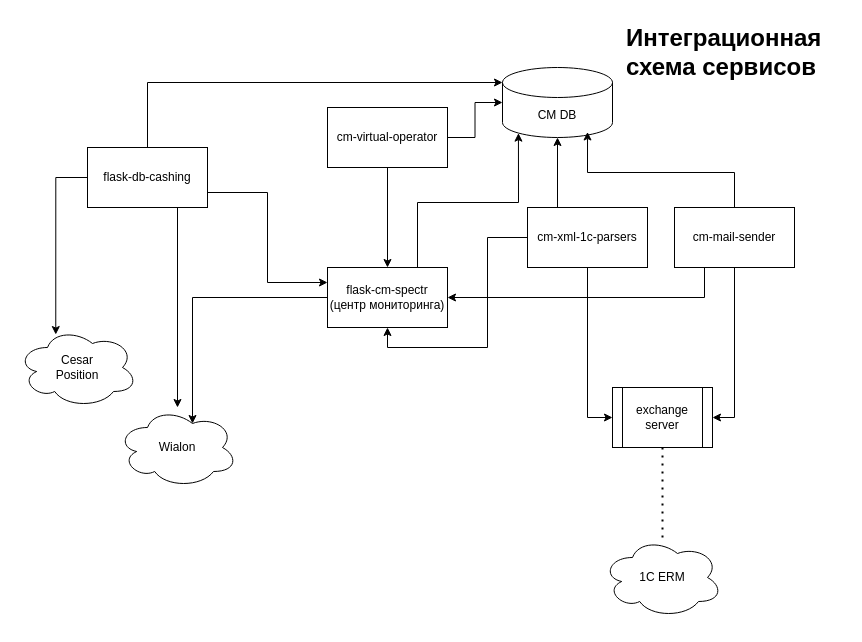
Before: CM.drawio in KiraPixel/flask-cm-spectr, a draw.io diagram. Source tidied: cells renumbered, new cells numbered last; positions are measured from the earlier drawing's top-left corner, leaving out a move shared by most shapes. Both pictures are drawn from the tidied source at 100%, with x=0, y=0 at pixel (17, 17).
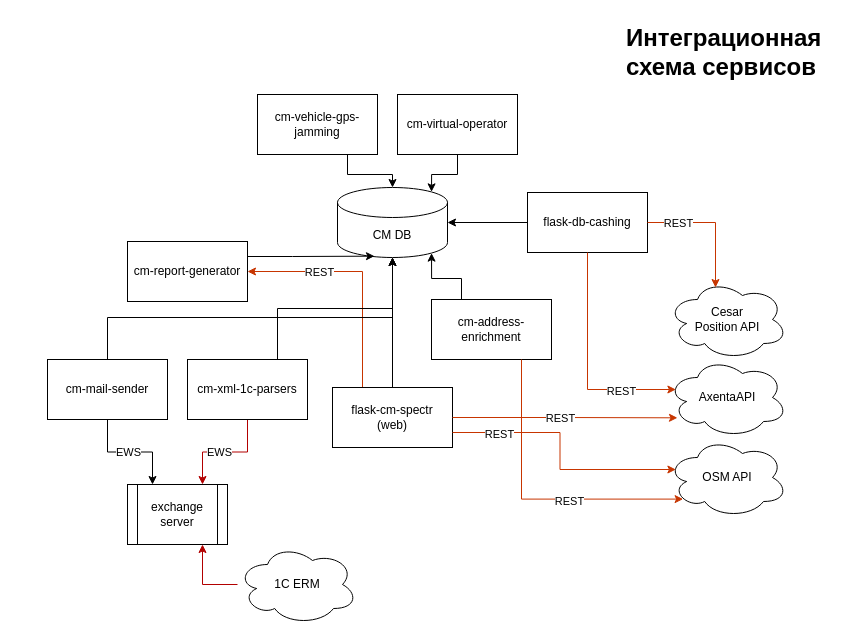
Above is the later version.

The edit, as a diff of the source:
```diff
@@
-    <mxCell id="2" value="flask-cm-spectr&lt;br&gt;(центр мониторинга)" style="rounded=0;whiteSpace=wrap;html=1;" parent="1" vertex="1">
-      <mxGeometry x="310" y="250" width="120" height="60" as="geometry" />
-    </mxCell>
     <mxCell id="3" value="CM DB" style="shape=cylinder3;whiteSpace=wrap;html=1;boundedLbl=1;backgroundOutline=1;size=15;" parent="1" vertex="1">
-      <mxGeometry x="485" y="50" width="110" height="70" as="geometry" />
+      <mxGeometry x="320" y="170" width="110" height="70" as="geometry" />
     </mxCell>
-    <mxCell id="4" style="edgeStyle=orthogonalEdgeStyle;rounded=0;jettySize=auto;html=1;exitX=0.5;exitY=1;exitDx=0;exitDy=0;" parent="1" edge="1" source="5" target="2">
-      <mxGeometry relative="1" as="geometry" />
-    </mxCell>
+    <mxCell id="19" value="&lt;h1 style=&quot;margin-top: 0px;&quot;&gt;Интеграционная схема сервисов&lt;/h1&gt;" style="text;html=1;whiteSpace=wrap;overflow=hidden;rounded=0;" parent="1" vertex="1">
+      <mxGeometry x="607" width="220" height="140" as="geometry" />
+    </mxCell>
+    <mxCell id="8" value="flask-db-cashing" style="rounded=0;whiteSpace=wrap;html=1;" parent="1" vertex="1">
+      <mxGeometry x="510" y="175" width="120" height="60" as="geometry" />
+    </mxCell>
+    <mxCell id="28" style="edgeStyle=orthogonalEdgeStyle;rounded=0;jettySize=auto;html=1;exitX=0.25;exitY=0;exitDx=0;exitDy=0;entryX=1;entryY=0.5;entryDx=0;entryDy=0;fillColor=#fa6800;strokeColor=#C73500;" parent="1" edge="1" source="30" target="50">
+      <mxGeometry relative="1" as="geometry" />
+    </mxCell>
+    <mxCell id="29" value="REST" style="edgeLabel;html=1;align=center;verticalAlign=middle;" parent="28" vertex="1">
+      <mxGeometry x="0.43" y="-2" relative="1" as="geometry">
+        <mxPoint x="5" y="2" as="offset" />
+      </mxGeometry>
+    </mxCell>
+    <mxCell id="30" value="flask-cm-spectr&lt;br&gt;(web)" style="rounded=0;whiteSpace=wrap;html=1;" parent="1" vertex="1">
+      <mxGeometry x="315" y="370" width="120" height="60" as="geometry" />
+    </mxCell>
     <mxCell id="5" value="cm-virtual-operator" style="rounded=0;whiteSpace=wrap;html=1;" parent="1" vertex="1">
-      <mxGeometry x="310" y="90" width="120" height="60" as="geometry" />
+      <mxGeometry x="380" y="77" width="120" height="60" as="geometry" />
     </mxCell>
-    <mxCell id="6" style="edgeStyle=orthogonalEdgeStyle;rounded=0;jettySize=auto;html=1;exitX=1;exitY=0.75;exitDx=0;exitDy=0;entryX=0;entryY=0.25;entryDx=0;entryDy=0;" parent="1" edge="1" source="8" target="2">
-      <mxGeometry relative="1" as="geometry" />
-    </mxCell>
-    <mxCell id="7" style="edgeStyle=orthogonalEdgeStyle;rounded=0;jettySize=auto;html=1;exitX=0.75;exitY=1;exitDx=0;exitDy=0;" parent="1" edge="1" source="8" target="13">
-      <mxGeometry relative="1" as="geometry" />
-    </mxCell>
-    <mxCell id="8" value="flask-db-cashing" style="rounded=0;whiteSpace=wrap;html=1;" parent="1" vertex="1">
-      <mxGeometry x="70" y="130" width="120" height="60" as="geometry" />
-    </mxCell>
-    <mxCell id="9" style="edgeStyle=orthogonalEdgeStyle;rounded=0;jettySize=auto;html=1;exitX=0;exitY=0.5;exitDx=0;exitDy=0;entryX=0.5;entryY=1;entryDx=0;entryDy=0;" parent="1" edge="1" source="12" target="2">
-      <mxGeometry relative="1" as="geometry" />
-    </mxCell>
+    <mxCell id="11" style="edgeStyle=orthogonalEdgeStyle;rounded=0;jettySize=auto;html=1;exitX=0.5;exitY=1;exitDx=0;exitDy=0;entryX=0.75;entryY=0;entryDx=0;entryDy=0;fillColor=#e51400;strokeColor=#B20000;" parent="1" edge="1" source="12" target="16">
+      <mxGeometry relative="1" as="geometry" />
+    </mxCell>
+    <mxCell id="31" value="EWS" style="edgeLabel;html=1;align=center;verticalAlign=middle;" parent="11" vertex="1">
+      <mxGeometry x="0.1" relative="1" as="geometry" />
+    </mxCell>
+    <mxCell id="12" value="cm-xml-1c-parsers" style="rounded=0;whiteSpace=wrap;html=1;" parent="1" vertex="1">
+      <mxGeometry x="170" y="342" width="120" height="60" as="geometry" />
+    </mxCell>
+    <mxCell id="23" style="edgeStyle=orthogonalEdgeStyle;rounded=0;jettySize=auto;html=1;exitX=0.5;exitY=1;exitDx=0;exitDy=0;entryX=0.25;entryY=0;entryDx=0;entryDy=0;" parent="1" edge="1" source="24" target="16">
+      <mxGeometry relative="1" as="geometry" />
+    </mxCell>
+    <mxCell id="32" value="EWS" style="edgeLabel;html=1;align=center;verticalAlign=middle;" parent="23" vertex="1">
+      <mxGeometry x="-0.13" relative="1" as="geometry">
+        <mxPoint x="5" as="offset" />
+      </mxGeometry>
+    </mxCell>
+    <mxCell id="24" value="cm-mail-sender" style="rounded=0;whiteSpace=wrap;html=1;" parent="1" vertex="1">
+      <mxGeometry x="30" y="342" width="120" height="60" as="geometry" />
+    </mxCell>
+    <mxCell id="33" value="cm-vehicle-gps-jamming" style="rounded=0;whiteSpace=wrap;html=1;" parent="1" vertex="1">
+      <mxGeometry x="240" y="77" width="120" height="60" as="geometry" />
+    </mxCell>
+    <mxCell id="34" value="cm-address-enrichment" style="rounded=0;whiteSpace=wrap;html=1;" parent="1" vertex="1">
+      <mxGeometry x="414" y="282" width="120" height="60" as="geometry" />
+    </mxCell>
+    <mxCell id="16" value="exchange server" style="shape=process;whiteSpace=wrap;html=1;backgroundOutline=1;" parent="1" vertex="1">
+      <mxGeometry x="110" y="467" width="100" height="60" as="geometry" />
+    </mxCell>
+    <mxCell id="27" style="edgeStyle=orthogonalEdgeStyle;rounded=0;jettySize=auto;html=1;entryX=0.75;entryY=1;entryDx=0;entryDy=0;fillColor=#e51400;strokeColor=#B20000;" parent="1" edge="1" source="15" target="16">
+      <mxGeometry relative="1" as="geometry" />
+    </mxCell>
+    <mxCell id="15" value="1C ERM" style="ellipse;shape=cloud;whiteSpace=wrap;html=1;" parent="1" vertex="1">
+      <mxGeometry x="220" y="527" width="120" height="80" as="geometry" />
+    </mxCell>
+    <mxCell id="35" value="AxentaAPI" style="ellipse;shape=cloud;whiteSpace=wrap;html=1;" parent="1" vertex="1">
+      <mxGeometry x="650" y="340" width="120" height="80" as="geometry" />
+    </mxCell>
+    <mxCell id="36" value="Cesar &lt;br&gt;Position API" style="ellipse;shape=cloud;whiteSpace=wrap;html=1;" parent="1" vertex="1">
+      <mxGeometry x="650" y="262" width="120" height="80" as="geometry" />
+    </mxCell>
+    <mxCell id="37" value="OSM API" style="ellipse;shape=cloud;whiteSpace=wrap;html=1;" parent="1" vertex="1">
+      <mxGeometry x="650" y="420" width="120" height="80" as="geometry" />
+    </mxCell>
+    <mxCell id="38" style="edgeStyle=orthogonalEdgeStyle;rounded=0;jettySize=auto;html=1;entryX=0.5;entryY=1;entryDx=0;entryDy=0;entryPerimeter=0;" parent="1" edge="1" source="30" target="3">
+      <mxGeometry relative="1" as="geometry" />
+    </mxCell>
+    <mxCell id="39" style="edgeStyle=orthogonalEdgeStyle;rounded=0;jettySize=auto;html=1;exitX=1;exitY=0.5;exitDx=0;exitDy=0;entryX=0.4;entryY=0.1;entryDx=0;entryDy=0;entryPerimeter=0;fillColor=#fa6800;strokeColor=#C73500;" parent="1" edge="1" source="8" target="36">
+      <mxGeometry relative="1" as="geometry" />
+    </mxCell>
+    <mxCell id="40" value="REST" style="edgeLabel;html=1;align=center;verticalAlign=middle;" parent="39" vertex="1">
+      <mxGeometry x="-0.59" y="2" relative="1" as="geometry">
+        <mxPoint x="3" y="2" as="offset" />
+      </mxGeometry>
+    </mxCell>
+    <mxCell id="41" style="edgeStyle=orthogonalEdgeStyle;rounded=0;jettySize=auto;html=1;exitX=0.5;exitY=1;exitDx=0;exitDy=0;entryX=0.07;entryY=0.4;entryDx=0;entryDy=0;entryPerimeter=0;fillColor=#fa6800;strokeColor=#C73500;" parent="1" edge="1" source="8" target="35">
+      <mxGeometry relative="1" as="geometry">
+        <Array as="points">
+          <mxPoint x="570" y="372" />
+        </Array>
+      </mxGeometry>
+    </mxCell>
+    <mxCell id="42" value="REST" style="edgeLabel;html=1;align=center;verticalAlign=middle;" parent="41" vertex="1">
+      <mxGeometry x="0.46" y="-2" relative="1" as="geometry">
+        <mxPoint x="5" y="-1" as="offset" />
+      </mxGeometry>
+    </mxCell>
+    <mxCell id="43" style="edgeStyle=orthogonalEdgeStyle;rounded=0;jettySize=auto;html=1;exitX=1;exitY=0.5;exitDx=0;exitDy=0;entryX=0.083;entryY=0.754;entryDx=0;entryDy=0;entryPerimeter=0;fillColor=#fa6800;strokeColor=#C73500;" parent="1" edge="1" source="30" target="35">
+      <mxGeometry relative="1" as="geometry" />
+    </mxCell>
+    <mxCell id="44" value="REST" style="edgeLabel;html=1;align=center;verticalAlign=middle;" parent="43" vertex="1">
+      <mxGeometry x="-0.05" relative="1" as="geometry" />
+    </mxCell>
+    <mxCell id="45" style="edgeStyle=orthogonalEdgeStyle;rounded=0;jettySize=auto;html=1;exitX=1;exitY=0.75;exitDx=0;exitDy=0;entryX=0.07;entryY=0.4;entryDx=0;entryDy=0;entryPerimeter=0;fillColor=#fa6800;strokeColor=#C73500;" parent="1" edge="1" source="30" target="37">
+      <mxGeometry relative="1" as="geometry" />
+    </mxCell>
+    <mxCell id="46" value="REST" style="edgeLabel;html=1;align=center;verticalAlign=middle;" parent="45" vertex="1">
+      <mxGeometry x="-0.65" y="-1" relative="1" as="geometry" />
+    </mxCell>
+    <mxCell id="20" style="edgeStyle=orthogonalEdgeStyle;rounded=0;jettySize=auto;html=1;exitX=0;exitY=0.5;exitDx=0;exitDy=0;entryX=1;entryY=0.5;entryDx=0;entryDy=0;entryPerimeter=0;" parent="1" edge="1" source="8" target="3">
+      <mxGeometry relative="1" as="geometry" />
+    </mxCell>
+    <mxCell id="47" style="edgeStyle=orthogonalEdgeStyle;rounded=0;jettySize=auto;html=1;exitX=0.75;exitY=1;exitDx=0;exitDy=0;entryX=0.13;entryY=0.77;entryDx=0;entryDy=0;entryPerimeter=0;fillColor=#fa6800;strokeColor=#C73500;" parent="1" edge="1" source="34" target="37">
+      <mxGeometry relative="1" as="geometry">
+        <Array as="points">
+          <mxPoint x="504" y="482" />
+        </Array>
+      </mxGeometry>
+    </mxCell>
+    <mxCell id="48" value="REST" style="edgeLabel;html=1;align=center;verticalAlign=middle;" parent="47" vertex="1">
+      <mxGeometry x="0.24" y="-2" relative="1" as="geometry" />
+    </mxCell>
+    <mxCell id="49" style="edgeStyle=orthogonalEdgeStyle;rounded=0;jettySize=auto;html=1;exitX=0.25;exitY=0;exitDx=0;exitDy=0;entryX=0.855;entryY=1;entryDx=0;entryDy=-4.35;entryPerimeter=0;" parent="1" edge="1" source="34" target="3">
+      <mxGeometry relative="1" as="geometry" />
+    </mxCell>
+    <mxCell id="50" value="cm-report-generator" style="rounded=0;whiteSpace=wrap;html=1;" parent="1" vertex="1">
+      <mxGeometry x="110" y="224" width="120" height="60" as="geometry" />
+    </mxCell>
+    <mxCell id="51" style="edgeStyle=orthogonalEdgeStyle;rounded=0;jettySize=auto;html=1;exitX=1;exitY=0.25;exitDx=0;exitDy=0;entryX=0.336;entryY=0.981;entryDx=0;entryDy=0;entryPerimeter=0;" parent="1" edge="1" source="50" target="3">
+      <mxGeometry relative="1" as="geometry" />
+    </mxCell>
+    <mxCell id="21" style="edgeStyle=orthogonalEdgeStyle;rounded=0;jettySize=auto;html=1;exitX=0.5;exitY=1;exitDx=0;exitDy=0;entryX=0.855;entryY=0;entryDx=0;entryDy=4.35;entryPerimeter=0;" parent="1" edge="1" source="5" target="3">
+      <mxGeometry relative="1" as="geometry" />
+    </mxCell>
+    <mxCell id="52" style="edgeStyle=orthogonalEdgeStyle;rounded=0;jettySize=auto;html=1;exitX=0.75;exitY=1;exitDx=0;exitDy=0;entryX=0.5;entryY=0;entryDx=0;entryDy=0;entryPerimeter=0;" parent="1" edge="1" source="33" target="3">
+      <mxGeometry relative="1" as="geometry" />
+    </mxCell>
-    <mxCell id="10" style="edgeStyle=orthogonalEdgeStyle;rounded=0;jettySize=auto;html=1;exitX=0.25;exitY=0;exitDx=0;exitDy=0;" parent="1" edge="1" source="12" target="3">
-      <mxGeometry relative="1" as="geometry" />
+    <mxCell id="10" style="edgeStyle=orthogonalEdgeStyle;rounded=0;jettySize=auto;html=1;exitX=0.75;exitY=0;exitDx=0;exitDy=0;entryX=0.5;entryY=1;entryDx=0;entryDy=0;entryPerimeter=0;" parent="1" edge="1" source="12" target="3">
+      <mxGeometry relative="1" as="geometry">
+        <Array as="points">
+          <mxPoint x="260" y="291" />
+          <mxPoint x="375" y="291" />
+        </Array>
+      </mxGeometry>
     </mxCell>
-    <mxCell id="11" style="edgeStyle=orthogonalEdgeStyle;rounded=0;jettySize=auto;html=1;exitX=0.5;exitY=1;exitDx=0;exitDy=0;entryX=0;entryY=0.5;entryDx=0;entryDy=0;" parent="1" edge="1" source="12" target="16">
-      <mxGeometry relative="1" as="geometry" />
-    </mxCell>
-    <mxCell id="12" value="cm-xml-1c-parsers" style="rounded=0;whiteSpace=wrap;html=1;" parent="1" vertex="1">
-      <mxGeometry x="510" y="190" width="120" height="60" as="geometry" />
-    </mxCell>
-    <mxCell id="13" value="Wialon" style="ellipse;shape=cloud;whiteSpace=wrap;html=1;" parent="1" vertex="1">
-      <mxGeometry x="100" y="390" width="120" height="80" as="geometry" />
-    </mxCell>
-    <mxCell id="14" value="Cesar &lt;br&gt;Position" style="ellipse;shape=cloud;whiteSpace=wrap;html=1;" parent="1" vertex="1">
-      <mxGeometry y="310" width="120" height="80" as="geometry" />
-    </mxCell>
-    <mxCell id="15" value="1C ERM" style="ellipse;shape=cloud;whiteSpace=wrap;html=1;" parent="1" vertex="1">
-      <mxGeometry x="585" y="520" width="120" height="80" as="geometry" />
-    </mxCell>
-    <mxCell id="16" value="exchange server" style="shape=process;whiteSpace=wrap;html=1;backgroundOutline=1;" parent="1" vertex="1">
-      <mxGeometry x="595" y="370" width="100" height="60" as="geometry" />
-    </mxCell>
-    <mxCell id="17" style="edgeStyle=orthogonalEdgeStyle;rounded=0;jettySize=auto;html=1;exitX=0;exitY=0.5;exitDx=0;exitDy=0;entryX=0.319;entryY=0.088;entryDx=0;entryDy=0;entryPerimeter=0;" parent="1" edge="1" source="8" target="14">
-      <mxGeometry relative="1" as="geometry" />
-    </mxCell>
-    <mxCell id="18" style="edgeStyle=orthogonalEdgeStyle;rounded=0;jettySize=auto;html=1;exitX=0;exitY=0.5;exitDx=0;exitDy=0;entryX=0.625;entryY=0.2;entryDx=0;entryDy=0;entryPerimeter=0;" parent="1" edge="1" source="2" target="13">
-      <mxGeometry relative="1" as="geometry" />
-    </mxCell>
-    <mxCell id="19" value="&lt;h1 style=&quot;margin-top: 0px;&quot;&gt;Интеграционная схема сервисов&lt;/h1&gt;" style="text;html=1;whiteSpace=wrap;overflow=hidden;rounded=0;" parent="1" vertex="1">
-      <mxGeometry x="607" width="220" height="140" as="geometry" />
-    </mxCell>
-    <mxCell id="20" style="edgeStyle=orthogonalEdgeStyle;rounded=0;jettySize=auto;html=1;exitX=0.5;exitY=0;exitDx=0;exitDy=0;entryX=0;entryY=0;entryDx=0;entryDy=15;entryPerimeter=0;" parent="1" edge="1" source="8" target="3">
-      <mxGeometry relative="1" as="geometry" />
-    </mxCell>
-    <mxCell id="21" style="edgeStyle=orthogonalEdgeStyle;rounded=0;jettySize=auto;html=1;exitX=1;exitY=0.5;exitDx=0;exitDy=0;entryX=0;entryY=0.5;entryDx=0;entryDy=0;entryPerimeter=0;" parent="1" edge="1" source="5" target="3">
-      <mxGeometry relative="1" as="geometry" />
-    </mxCell>
-    <mxCell id="22" style="edgeStyle=orthogonalEdgeStyle;rounded=0;jettySize=auto;html=1;exitX=0.25;exitY=1;exitDx=0;exitDy=0;" parent="1" edge="1" source="24" target="2">
-      <mxGeometry relative="1" as="geometry" />
-    </mxCell>
-    <mxCell id="23" style="edgeStyle=orthogonalEdgeStyle;rounded=0;jettySize=auto;html=1;exitX=0.5;exitY=1;exitDx=0;exitDy=0;entryX=1;entryY=0.5;entryDx=0;entryDy=0;" parent="1" edge="1" source="24" target="16">
-      <mxGeometry relative="1" as="geometry" />
-    </mxCell>
-    <mxCell id="24" value="cm-mail-sender" style="rounded=0;whiteSpace=wrap;html=1;" parent="1" vertex="1">
-      <mxGeometry x="657" y="190" width="120" height="60" as="geometry" />
-    </mxCell>
-    <mxCell id="25" style="edgeStyle=orthogonalEdgeStyle;rounded=0;jettySize=auto;html=1;exitX=0.75;exitY=0;exitDx=0;exitDy=0;entryX=0.145;entryY=1;entryDx=0;entryDy=-4.35;entryPerimeter=0;" parent="1" edge="1" source="2" target="3">
-      <mxGeometry relative="1" as="geometry" />
-    </mxCell>
-    <mxCell id="26" style="edgeStyle=orthogonalEdgeStyle;rounded=0;jettySize=auto;html=1;exitX=0.5;exitY=0;exitDx=0;exitDy=0;entryX=0.773;entryY=0.921;entryDx=0;entryDy=0;entryPerimeter=0;" parent="1" edge="1" source="24" target="3">
-      <mxGeometry relative="1" as="geometry" />
+    <mxCell id="26" style="edgeStyle=orthogonalEdgeStyle;rounded=0;jettySize=auto;html=1;exitX=0.5;exitY=0;exitDx=0;exitDy=0;entryX=0.5;entryY=1;entryDx=0;entryDy=0;entryPerimeter=0;" parent="1" edge="1" source="24" target="3">
+      <mxGeometry relative="1" as="geometry">
+        <Array as="points">
+          <mxPoint x="90" y="300" />
+          <mxPoint x="375" y="300" />
+        </Array>
+      </mxGeometry>
     </mxCell>
-    <mxCell id="27" style="endArrow=none;dashed=1;html=1;dashPattern=1 3;strokeWidth=2;rounded=0;entryX=0.5;entryY=1;entryDx=0;entryDy=0;" parent="1" edge="1" source="15" target="16">
-      <mxGeometry relative="1" as="geometry" />
-    </mxCell>
```
